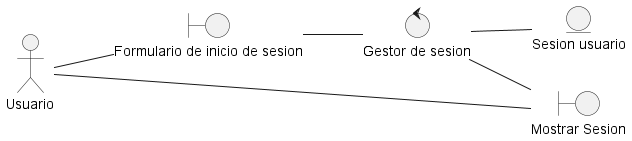
Before: docs/scenariosView/DisciplinaDeAnalisisDiagramaDeClaseIniciarSesion.png, a diagram exported from PlantUML (Samantha-Ramirez/ProyectoEquipo7ING). Its diagram source:
```plantuml
@startuml DisciplinaDeAnalisisDiagramaDeClaseIniciarSesion
left to right direction

actor "Usuario" as usuario

entity "Sesion usuario" as sesionUsuario

boundary "Formulario de inicio de sesion" as vistaIniciarSesion
boundary "Mostrar Sesion" as vistaSesion

control "Gestor de sesion" as ctrlGestorSesion

usuario -- vistaIniciarSesion
vistaIniciarSesion -- ctrlGestorSesion
ctrlGestorSesion -- sesionUsuario
ctrlGestorSesion -- vistaSesion
usuario -- vistaSesion

@enduml
```
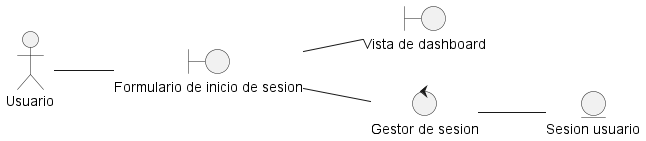
After the change.

Change to the diagram source:
```diff
@@ -1,19 +1,18 @@
 @startuml DisciplinaDeAnalisisDiagramaDeClaseIniciarSesion
 left to right direction
 
-actor "Usuario" as usuario
+actor "Usuario" as actorUsuario
 
-entity "Sesion usuario" as sesionUsuario
+entity "Sesion usuario" as entidadSesionUsuario
 
 boundary "Formulario de inicio de sesion" as vistaIniciarSesion
-boundary "Mostrar Sesion" as vistaSesion
+boundary "Vista de dashboard" as vistaDashboard
 
 control "Gestor de sesion" as ctrlGestorSesion
 
-usuario -- vistaIniciarSesion
+actorUsuario -- vistaIniciarSesion
+vistaIniciarSesion -- vistaDashboard
 vistaIniciarSesion -- ctrlGestorSesion
-ctrlGestorSesion -- sesionUsuario
-ctrlGestorSesion -- vistaSesion
-usuario -- vistaSesion
+ctrlGestorSesion -- entidadSesionUsuario
 
 @enduml
```
